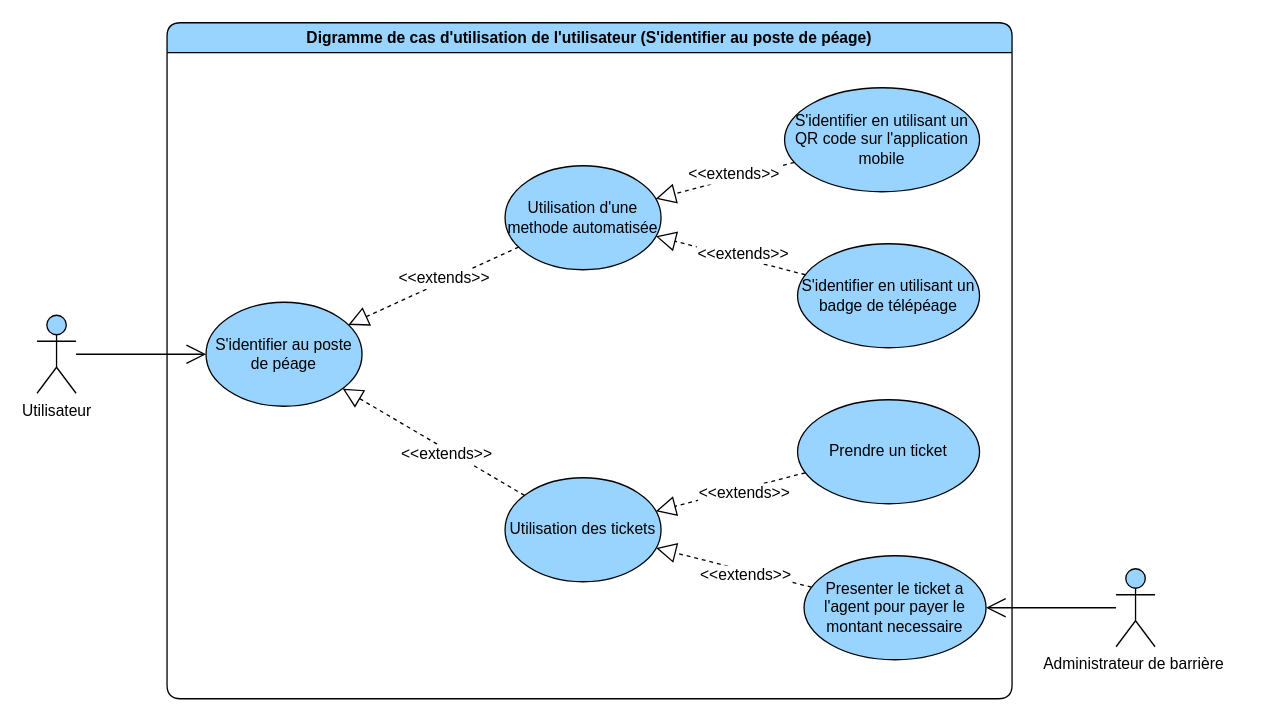
This is page "s'identifier au poste de péage" (4 of 4) of diagrams/use-case/utilisateur.drawio from devlotfi/peage-pay, a draw.io file, before an edit. Source tidied: cells renumbered, new cells numbered last; positions are measured from the earlier drawing's top-left corner, leaving out a move shared by most shapes. Both pictures are drawn from the tidied source at 130%, with x=0, y=0 at pixel (36, 22).
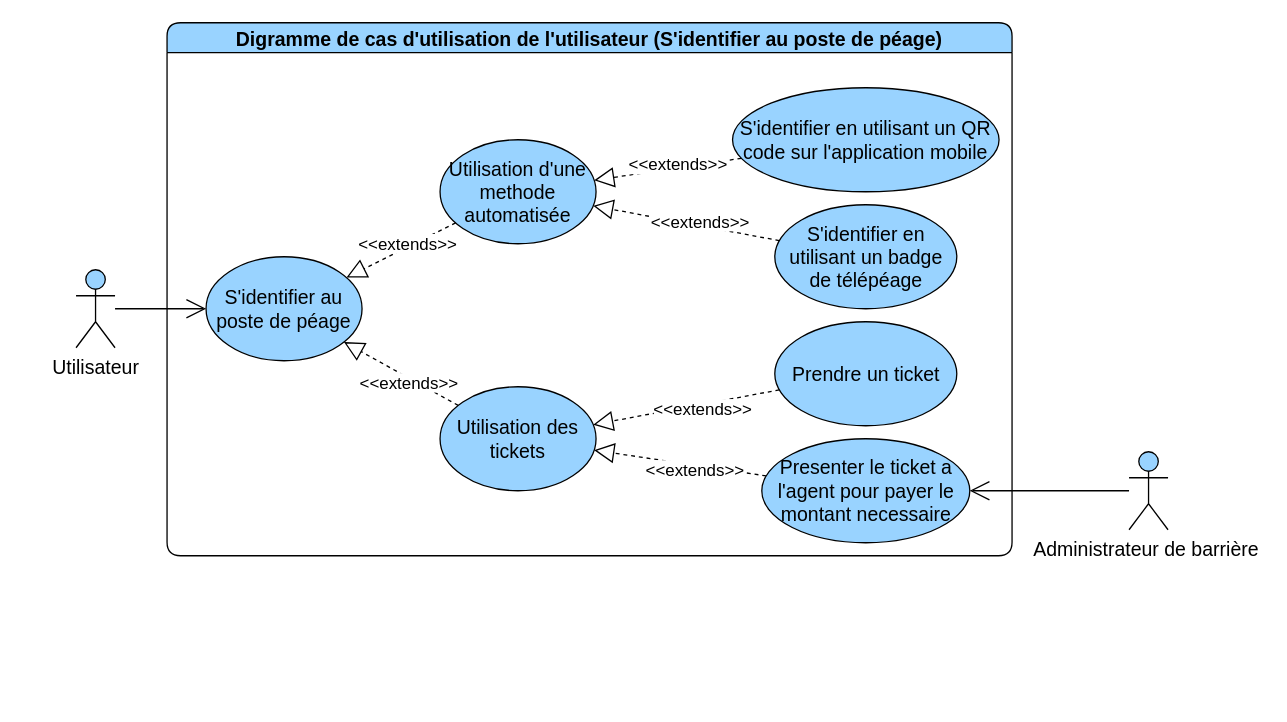
The same page after the edit.

Diff of the diagram source:
```diff
@@
-    <mxCell id="2" value="Digramme de cas d'utilisation de l'utilisateur&amp;nbsp;(S'identifier au poste de péage)" style="swimlane;whiteSpace=wrap;html=1;rounded=1;fillColor=#99D3FF;" parent="1" vertex="1">
-      <mxGeometry x="100" width="650" height="520" as="geometry" />
+    <mxCell id="2" value="Digramme de cas d'utilisation de l'utilisateur&amp;nbsp;(S'identifier au poste de péage)" style="swimlane;whiteSpace=wrap;html=1;rounded=1;fillColor=#99D3FF;fontSize=15;" parent="1" vertex="1">
+      <mxGeometry x="100" width="650" height="410" as="geometry" />
     </mxCell>
-    <mxCell id="3" value="S'identifier au poste de péage" style="ellipse;whiteSpace=wrap;html=1;strokeColor=default;align=center;verticalAlign=middle;fontFamily=Helvetica;fontSize=12;fontColor=default;fillColor=#99D3FF;" parent="2" vertex="1">
-      <mxGeometry x="30" y="215" width="120" height="80" as="geometry" />
+    <mxCell id="3" value="S'identifier au poste de péage" style="ellipse;whiteSpace=wrap;html=1;strokeColor=default;align=center;verticalAlign=middle;fontFamily=Helvetica;fontSize=15;fontColor=default;fillColor=#99D3FF;" parent="2" vertex="1">
+      <mxGeometry x="30" y="180" width="120" height="80" as="geometry" />
     </mxCell>
-    <mxCell id="4" style="edgeStyle=none;rounded=0;jettySize=auto;html=1;dashed=1;strokeColor=default;align=center;verticalAlign=middle;fontFamily=Helvetica;fontSize=12;fontColor=default;labelBackgroundColor=default;startSize=6;endArrow=block;endFill=0;endSize=13;" parent="2" edge="1" source="6" target="14">
+    <mxCell id="4" style="edgeStyle=none;rounded=0;jettySize=auto;html=1;dashed=1;strokeColor=default;align=center;verticalAlign=middle;fontFamily=Helvetica;fontSize=15;fontColor=default;labelBackgroundColor=default;startSize=6;endArrow=block;endFill=0;endSize=13;" parent="2" edge="1" source="6" target="14">
       <mxGeometry relative="1" as="geometry" />
     </mxCell>
-    <mxCell id="5" value="&amp;lt;&amp;lt;extends&amp;gt;&amp;gt;" style="edgeLabel;html=1;align=center;verticalAlign=middle;strokeColor=default;fontFamily=Helvetica;fontSize=12;fontColor=default;labelBackgroundColor=default;fillColor=#99D3FF;" parent="4" vertex="1">
+    <mxCell id="5" value="&amp;lt;&amp;lt;extends&amp;gt;&amp;gt;" style="edgeLabel;html=1;align=center;verticalAlign=middle;strokeColor=default;fontFamily=Helvetica;fontSize=13;fontColor=default;labelBackgroundColor=default;fillColor=#99D3FF;" parent="4" vertex="1">
       <mxGeometry x="-0.16" y="3" relative="1" as="geometry" />
     </mxCell>
-    <mxCell id="6" value="Prendre un ticket" style="ellipse;whiteSpace=wrap;html=1;strokeColor=default;align=center;verticalAlign=middle;fontFamily=Helvetica;fontSize=12;fontColor=default;fillColor=#99D3FF;" parent="2" vertex="1">
-      <mxGeometry x="485" y="290" width="140" height="80" as="geometry" />
+    <mxCell id="6" value="Prendre un ticket" style="ellipse;whiteSpace=wrap;html=1;strokeColor=default;align=center;verticalAlign=middle;fontFamily=Helvetica;fontSize=15;fontColor=default;fillColor=#99D3FF;" parent="2" vertex="1">
+      <mxGeometry x="467.5" y="230" width="140" height="80" as="geometry" />
     </mxCell>
-    <mxCell id="7" style="edgeStyle=none;rounded=0;jettySize=auto;html=1;dashed=1;strokeColor=default;align=center;verticalAlign=middle;fontFamily=Helvetica;fontSize=12;fontColor=default;labelBackgroundColor=default;startSize=6;endArrow=block;endFill=0;endSize=13;" parent="2" edge="1" source="9" target="13">
+    <mxCell id="7" style="edgeStyle=none;rounded=0;jettySize=auto;html=1;dashed=1;strokeColor=default;align=center;verticalAlign=middle;fontFamily=Helvetica;fontSize=15;fontColor=default;labelBackgroundColor=default;startSize=6;endArrow=block;endFill=0;endSize=13;" parent="2" edge="1" source="9" target="13">
       <mxGeometry relative="1" as="geometry" />
     </mxCell>
-    <mxCell id="8" value="&amp;lt;&amp;lt;extends&amp;gt;&amp;gt;" style="edgeLabel;html=1;align=center;verticalAlign=middle;strokeColor=default;fontFamily=Helvetica;fontSize=12;fontColor=default;labelBackgroundColor=default;fillColor=#99D3FF;" parent="7" vertex="1">
+    <mxCell id="8" value="&amp;lt;&amp;lt;extends&amp;gt;&amp;gt;" style="edgeLabel;html=1;align=center;verticalAlign=middle;strokeColor=default;fontFamily=Helvetica;fontSize=13;fontColor=default;labelBackgroundColor=default;fillColor=#99D3FF;" parent="7" vertex="1">
       <mxGeometry x="-0.12" y="-3" relative="1" as="geometry">
         <mxPoint x="1" as="offset" />
       </mxGeometry>
     </mxCell>
-    <mxCell id="9" value="S'identifier en utilisant un QR code sur l'application mobile" style="ellipse;whiteSpace=wrap;html=1;strokeColor=default;align=center;verticalAlign=middle;fontFamily=Helvetica;fontSize=12;fontColor=default;fillColor=#99D3FF;" parent="2" vertex="1">
-      <mxGeometry x="475" y="50" width="150" height="80" as="geometry" />
+    <mxCell id="9" value="S'identifier en utilisant un QR code sur l'application mobile" style="ellipse;whiteSpace=wrap;html=1;strokeColor=default;align=center;verticalAlign=middle;fontFamily=Helvetica;fontSize=15;fontColor=default;fillColor=#99D3FF;" parent="2" vertex="1">
+      <mxGeometry x="435" y="50" width="205" height="80" as="geometry" />
     </mxCell>
-    <mxCell id="10" value="S'identifier en utilisant un badge de télépéage" style="ellipse;whiteSpace=wrap;html=1;strokeColor=default;align=center;verticalAlign=middle;fontFamily=Helvetica;fontSize=12;fontColor=default;fillColor=#99D3FF;" parent="2" vertex="1">
-      <mxGeometry x="485" y="170" width="140" height="80" as="geometry" />
+    <mxCell id="10" value="S'identifier en utilisant un badge de télépéage" style="ellipse;whiteSpace=wrap;html=1;strokeColor=default;align=center;verticalAlign=middle;fontFamily=Helvetica;fontSize=15;fontColor=default;fillColor=#99D3FF;" parent="2" vertex="1">
+      <mxGeometry x="467.5" y="140" width="140" height="80" as="geometry" />
     </mxCell>
-    <mxCell id="11" style="edgeStyle=none;rounded=0;jettySize=auto;html=1;dashed=1;strokeColor=default;align=center;verticalAlign=middle;fontFamily=Helvetica;fontSize=12;fontColor=default;labelBackgroundColor=default;startSize=6;endArrow=block;endFill=0;endSize=13;" parent="2" edge="1" source="10" target="13">
+    <mxCell id="11" style="edgeStyle=none;rounded=0;jettySize=auto;html=1;dashed=1;strokeColor=default;align=center;verticalAlign=middle;fontFamily=Helvetica;fontSize=15;fontColor=default;labelBackgroundColor=default;startSize=6;endArrow=block;endFill=0;endSize=13;" parent="2" edge="1" source="10" target="13">
       <mxGeometry relative="1" as="geometry" />
     </mxCell>
-    <mxCell id="12" value="&amp;lt;&amp;lt;extends&amp;gt;&amp;gt;" style="edgeLabel;html=1;align=center;verticalAlign=middle;strokeColor=default;fontFamily=Helvetica;fontSize=12;fontColor=default;labelBackgroundColor=default;fillColor=#99D3FF;" parent="11" vertex="1">
+    <mxCell id="12" value="&amp;lt;&amp;lt;extends&amp;gt;&amp;gt;" style="edgeLabel;html=1;align=center;verticalAlign=middle;strokeColor=default;fontFamily=Helvetica;fontSize=13;fontColor=default;labelBackgroundColor=default;fillColor=#99D3FF;" parent="11" vertex="1">
       <mxGeometry x="-0.12" y="-3" relative="1" as="geometry">
         <mxPoint x="1" as="offset" />
       </mxGeometry>
     </mxCell>
-    <mxCell id="13" value="Utilisation d'une methode automatisée" style="ellipse;whiteSpace=wrap;html=1;strokeColor=default;align=center;verticalAlign=middle;fontFamily=Helvetica;fontSize=12;fontColor=default;fillColor=#99D3FF;" parent="2" vertex="1">
-      <mxGeometry x="260" y="110" width="120" height="80" as="geometry" />
+    <mxCell id="13" value="Utilisation d'une methode automatisée" style="ellipse;whiteSpace=wrap;html=1;strokeColor=default;align=center;verticalAlign=middle;fontFamily=Helvetica;fontSize=15;fontColor=default;fillColor=#99D3FF;" parent="2" vertex="1">
+      <mxGeometry x="210" y="90" width="120" height="80" as="geometry" />
     </mxCell>
-    <mxCell id="14" value="Utilisation des tickets" style="ellipse;whiteSpace=wrap;html=1;strokeColor=default;align=center;verticalAlign=middle;fontFamily=Helvetica;fontSize=12;fontColor=default;fillColor=#99D3FF;" parent="2" vertex="1">
-      <mxGeometry x="260" y="350" width="120" height="80" as="geometry" />
+    <mxCell id="14" value="Utilisation des tickets" style="ellipse;whiteSpace=wrap;html=1;strokeColor=default;align=center;verticalAlign=middle;fontFamily=Helvetica;fontSize=15;fontColor=default;fillColor=#99D3FF;" parent="2" vertex="1">
+      <mxGeometry x="210" y="280" width="120" height="80" as="geometry" />
     </mxCell>
-    <mxCell id="15" style="edgeStyle=none;rounded=0;jettySize=auto;html=1;dashed=1;strokeColor=default;align=center;verticalAlign=middle;fontFamily=Helvetica;fontSize=12;fontColor=default;labelBackgroundColor=default;startSize=6;endArrow=block;endFill=0;endSize=13;" parent="2" edge="1" source="13" target="3">
+    <mxCell id="15" style="edgeStyle=none;rounded=0;jettySize=auto;html=1;dashed=1;strokeColor=default;align=center;verticalAlign=middle;fontFamily=Helvetica;fontSize=15;fontColor=default;labelBackgroundColor=default;startSize=6;endArrow=block;endFill=0;endSize=13;" parent="2" edge="1" source="13" target="3">
       <mxGeometry relative="1" as="geometry" />
     </mxCell>
-    <mxCell id="16" value="&amp;lt;&amp;lt;extends&amp;gt;&amp;gt;" style="edgeLabel;html=1;align=center;verticalAlign=middle;strokeColor=default;fontFamily=Helvetica;fontSize=12;fontColor=default;labelBackgroundColor=default;fillColor=#99D3FF;" parent="15" vertex="1">
+    <mxCell id="16" value="&amp;lt;&amp;lt;extends&amp;gt;&amp;gt;" style="edgeLabel;html=1;align=center;verticalAlign=middle;strokeColor=default;fontFamily=Helvetica;fontSize=13;fontColor=default;labelBackgroundColor=default;fillColor=#99D3FF;" parent="15" vertex="1">
       <mxGeometry x="-0.12" y="-3" relative="1" as="geometry">
         <mxPoint x="1" as="offset" />
       </mxGeometry>
     </mxCell>
-    <mxCell id="17" style="edgeStyle=none;rounded=0;jettySize=auto;html=1;dashed=1;strokeColor=default;align=center;verticalAlign=middle;fontFamily=Helvetica;fontSize=12;fontColor=default;labelBackgroundColor=default;startSize=6;endArrow=block;endFill=0;endSize=13;" parent="2" edge="1" source="14" target="3">
+    <mxCell id="17" style="edgeStyle=none;rounded=0;jettySize=auto;html=1;dashed=1;strokeColor=default;align=center;verticalAlign=middle;fontFamily=Helvetica;fontSize=15;fontColor=default;labelBackgroundColor=default;startSize=6;endArrow=block;endFill=0;endSize=13;" parent="2" edge="1" source="14" target="3">
       <mxGeometry relative="1" as="geometry" />
     </mxCell>
-    <mxCell id="18" value="&amp;lt;&amp;lt;extends&amp;gt;&amp;gt;" style="edgeLabel;html=1;align=center;verticalAlign=middle;strokeColor=default;fontFamily=Helvetica;fontSize=12;fontColor=default;labelBackgroundColor=default;fillColor=#99D3FF;" parent="17" vertex="1">
+    <mxCell id="18" value="&amp;lt;&amp;lt;extends&amp;gt;&amp;gt;" style="edgeLabel;html=1;align=center;verticalAlign=middle;strokeColor=default;fontFamily=Helvetica;fontSize=13;fontColor=default;labelBackgroundColor=default;fillColor=#99D3FF;" parent="17" vertex="1">
       <mxGeometry x="-0.16" y="3" relative="1" as="geometry" />
     </mxCell>
-    <mxCell id="19" value="Presenter le ticket a l'agent pour payer le montant necessaire" style="ellipse;whiteSpace=wrap;html=1;strokeColor=default;align=center;verticalAlign=middle;fontFamily=Helvetica;fontSize=12;fontColor=default;fillColor=#99D3FF;" parent="2" vertex="1">
-      <mxGeometry x="490" y="410" width="140" height="80" as="geometry" />
+    <mxCell id="19" value="Presenter le ticket a l'agent pour payer le montant necessaire" style="ellipse;whiteSpace=wrap;html=1;strokeColor=default;align=center;verticalAlign=middle;fontFamily=Helvetica;fontSize=15;fontColor=default;fillColor=#99D3FF;" parent="2" vertex="1">
+      <mxGeometry x="457.5" y="320" width="160" height="80" as="geometry" />
     </mxCell>
-    <mxCell id="20" style="edgeStyle=none;rounded=0;jettySize=auto;html=1;dashed=1;strokeColor=default;align=center;verticalAlign=middle;fontFamily=Helvetica;fontSize=12;fontColor=default;labelBackgroundColor=default;startSize=6;endArrow=block;endFill=0;endSize=13;" parent="2" edge="1" source="19" target="14">
+    <mxCell id="20" style="edgeStyle=none;rounded=0;jettySize=auto;html=1;dashed=1;strokeColor=default;align=center;verticalAlign=middle;fontFamily=Helvetica;fontSize=15;fontColor=default;labelBackgroundColor=default;startSize=6;endArrow=block;endFill=0;endSize=13;" parent="2" edge="1" source="19" target="14">
       <mxGeometry relative="1" as="geometry" />
     </mxCell>
-    <mxCell id="21" value="&amp;lt;&amp;lt;extends&amp;gt;&amp;gt;" style="edgeLabel;html=1;align=center;verticalAlign=middle;strokeColor=default;fontFamily=Helvetica;fontSize=12;fontColor=default;labelBackgroundColor=default;fillColor=#99D3FF;" parent="20" vertex="1">
+    <mxCell id="21" value="&amp;lt;&amp;lt;extends&amp;gt;&amp;gt;" style="edgeLabel;html=1;align=center;verticalAlign=middle;strokeColor=default;fontFamily=Helvetica;fontSize=13;fontColor=default;labelBackgroundColor=default;fillColor=#99D3FF;" parent="20" vertex="1">
       <mxGeometry x="-0.16" y="3" relative="1" as="geometry" />
     </mxCell>
-    <mxCell id="22" style="rounded=0;jettySize=auto;html=1;fontFamily=Helvetica;fontSize=12;fontColor=default;endArrow=open;endFill=0;startSize=6;endSize=13;" parent="1" edge="1" source="23" target="3">
+    <mxCell id="22" style="rounded=0;jettySize=auto;html=1;fontFamily=Helvetica;fontSize=15;fontColor=default;endArrow=open;endFill=0;startSize=6;endSize=13;" parent="1" edge="1" source="23" target="3">
       <mxGeometry relative="1" as="geometry" />
     </mxCell>
-    <mxCell id="23" value="Utilisateur" style="shape=umlActor;verticalLabelPosition=bottom;verticalAlign=top;html=1;outlineConnect=0;strokeColor=default;align=center;fontFamily=Helvetica;fontSize=12;fontColor=default;fillColor=#99D3FF;" parent="1" vertex="1">
-      <mxGeometry y="225" width="30" height="60" as="geometry" />
+    <mxCell id="23" value="Utilisateur" style="shape=umlActor;verticalLabelPosition=bottom;verticalAlign=top;html=1;outlineConnect=0;strokeColor=default;align=center;fontFamily=Helvetica;fontSize=15;fontColor=default;fillColor=#99D3FF;" parent="1" vertex="1">
+      <mxGeometry x="30" y="190" width="30" height="60" as="geometry" />
     </mxCell>
-    <mxCell id="24" value="Administrateur&amp;nbsp;de&amp;nbsp;barrière&amp;nbsp;" style="shape=umlActor;verticalLabelPosition=bottom;verticalAlign=top;html=1;outlineConnect=0;strokeColor=default;align=center;fontFamily=Helvetica;fontSize=12;fontColor=default;fillColor=#99D3FF;" parent="1" vertex="1">
-      <mxGeometry x="830" y="420" width="30" height="60" as="geometry" />
+    <mxCell id="24" value="Administrateur&amp;nbsp;de&amp;nbsp;barrière&amp;nbsp;" style="shape=umlActor;verticalLabelPosition=bottom;verticalAlign=top;html=1;outlineConnect=0;strokeColor=default;align=center;fontFamily=Helvetica;fontSize=15;fontColor=default;fillColor=#99D3FF;" parent="1" vertex="1">
+      <mxGeometry x="840" y="330" width="30" height="60" as="geometry" />
     </mxCell>
-    <mxCell id="25" style="rounded=0;jettySize=auto;html=1;fontFamily=Helvetica;fontSize=12;fontColor=default;endArrow=open;endFill=0;startSize=6;endSize=13;" parent="1" edge="1" source="24" target="19">
+    <mxCell id="25" style="rounded=0;jettySize=auto;html=1;fontFamily=Helvetica;fontSize=15;fontColor=default;endArrow=open;endFill=0;startSize=6;endSize=13;" parent="1" edge="1" source="24" target="19">
       <mxGeometry relative="1" as="geometry" />
     </mxCell>
```
